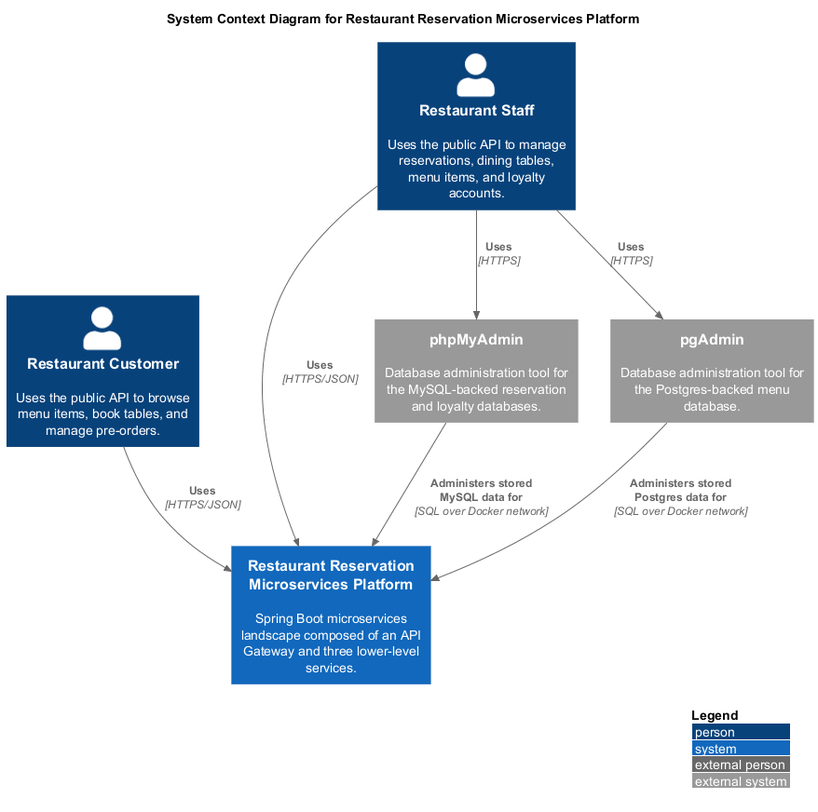
Above: diagrams/C4_Level1_context.png in Gvxng/restaurant-reservation (PlantUML), before the change.
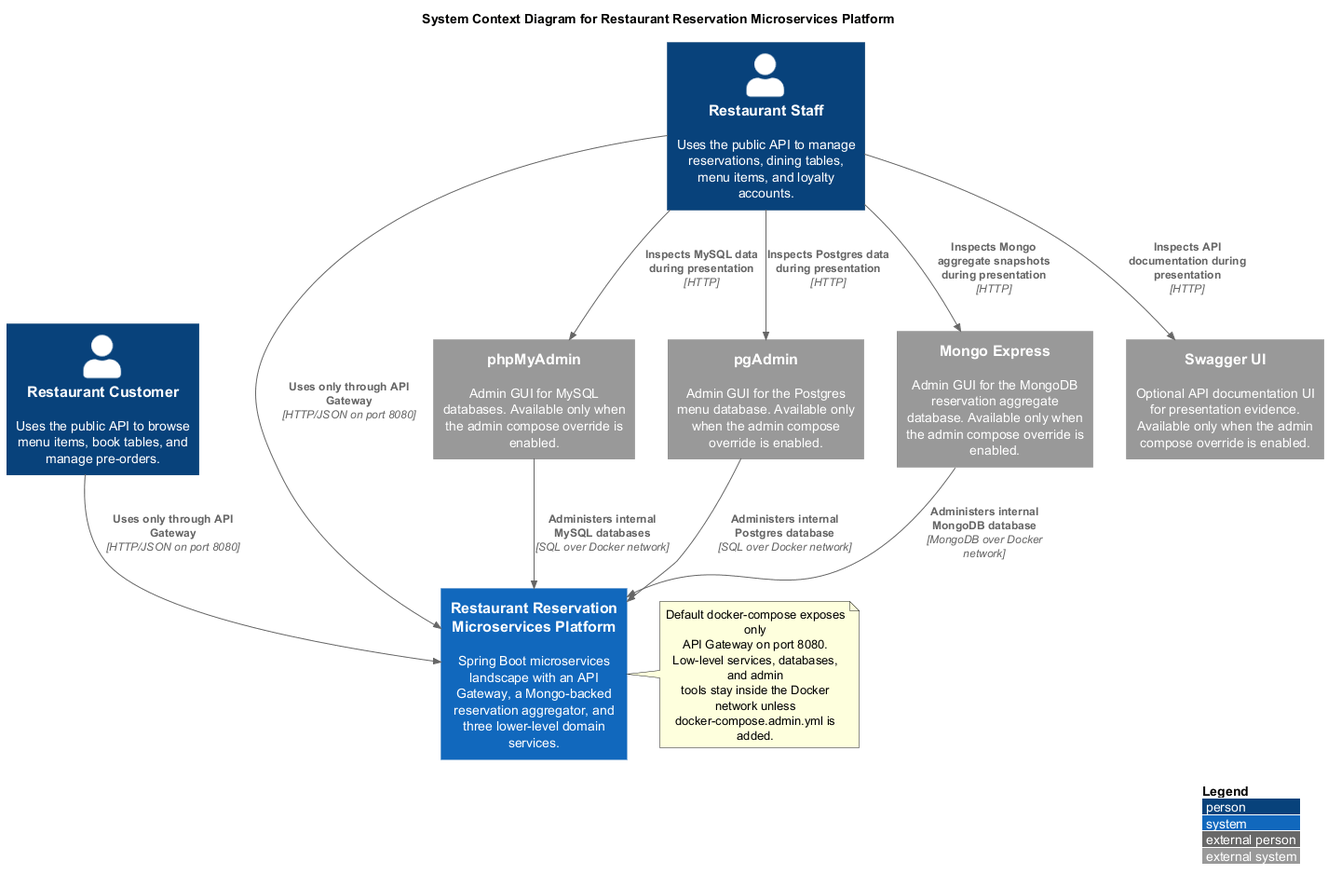
After the change.

The edit, as a diff of the source:
```diff
@@ -7,16 +7,31 @@
 Person(customer, "Restaurant Customer", "Uses the public API to browse menu items, book tables, and manage pre-orders.")
 Person(staff, "Restaurant Staff", "Uses the public API to manage reservations, dining tables, menu items, and loyalty accounts.")
 
-System(restaurant_platform, "Restaurant Reservation Microservices Platform", "Spring Boot microservices landscape composed of an API Gateway and three lower-level services.")
+System(restaurant_platform, "Restaurant Reservation Microservices Platform", "Spring Boot microservices landscape with an API Gateway, a Mongo-backed reservation aggregator, and three lower-level domain services.")
 
-System_Ext(mysql_admin, "phpMyAdmin", "Database administration tool for the MySQL-backed reservation and loyalty databases.")
-System_Ext(pgadmin, "pgAdmin", "Database administration tool for the Postgres-backed menu database.")
+System_Ext(mysql_admin, "phpMyAdmin", "Admin GUI for MySQL databases. Available only when the admin compose override is enabled.")
+System_Ext(pgadmin, "pgAdmin", "Admin GUI for the Postgres menu database. Available only when the admin compose override is enabled.")
+System_Ext(mongo_express, "Mongo Express", "Admin GUI for the MongoDB reservation aggregate database. Available only when the admin compose override is enabled.")
+System_Ext(swagger_ui, "Swagger UI", "Optional API documentation UI for presentation evidence. Available only when the admin compose override is enabled.")
 
-Rel(customer, restaurant_platform, "Uses", "HTTPS/JSON")
-Rel(staff, restaurant_platform, "Uses", "HTTPS/JSON")
-Rel(staff, mysql_admin, "Uses", "HTTPS")
-Rel(staff, pgadmin, "Uses", "HTTPS")
-Rel(mysql_admin, restaurant_platform, "Administers stored MySQL data for", "SQL over Docker network")
-Rel(pgadmin, restaurant_platform, "Administers stored Postgres data for", "SQL over Docker network")
+Rel(customer, restaurant_platform, "Uses only through API Gateway", "HTTP/JSON on port 8080")
+Rel(staff, restaurant_platform, "Uses only through API Gateway", "HTTP/JSON on port 8080")
+
+Rel(staff, mysql_admin, "Inspects MySQL data during presentation", "HTTP")
+Rel(staff, pgadmin, "Inspects Postgres data during presentation", "HTTP")
+Rel(staff, mongo_express, "Inspects Mongo aggregate snapshots during presentation", "HTTP")
+Rel(staff, swagger_ui, "Inspects API documentation during presentation", "HTTP")
+
+Rel(mysql_admin, restaurant_platform, "Administers internal MySQL databases", "SQL over Docker network")
+Rel(pgadmin, restaurant_platform, "Administers internal Postgres database", "SQL over Docker network")
+Rel(mongo_express, restaurant_platform, "Administers internal MongoDB database", "MongoDB over Docker network")
+
+note right of restaurant_platform
+  Default docker-compose exposes only
+  API Gateway on port 8080.
+  Low-level services, databases, and admin
+  tools stay inside the Docker network unless
+  docker-compose.admin.yml is added.
+end note
 
 @enduml
```
